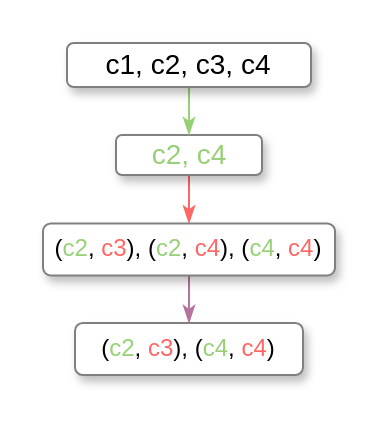
The draw.io diagram figure1c.drawio in zhoucz97/paper_figure, before the edit. Source tidied: cells renumbered, new cells numbered last; positions are measured from the earlier drawing's top-left corner, leaving out a move shared by most shapes. Both pictures are drawn from the tidied source at 200%, with x=0, y=0 at pixel (42, 42).
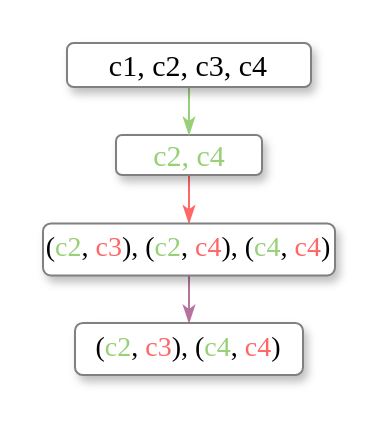
Above is the later version.

Diff of the diagram source:
```diff
@@
 <mxGraphModel>
   <root>
     <mxCell id="0" />
     <mxCell id="1" parent="0" />
     <mxCell id="2" style="edgeStyle=orthogonalEdgeStyle;rounded=0;jettySize=auto;html=1;entryX=0.5;entryY=0;entryDx=0;entryDy=0;strokeColor=#FF6666;endArrow=classicThin;endFill=1;" parent="1" edge="1" source="3" target="7">
       <mxGeometry relative="1" as="geometry" />
     </mxCell>
-    <mxCell id="3" value="&lt;font style=&quot;font-size: 14px&quot; color=&quot;#97d077&quot;&gt;c2, c4&lt;/font&gt;" style="rounded=1;whiteSpace=wrap;html=1;strokeWidth=1;sketch=0;glass=0;shadow=1;strokeColor=#808080;" parent="1" vertex="1">
+    <mxCell id="3" value="&lt;font style=&quot;font-size: 15px&quot; color=&quot;#97d077&quot; face=&quot;Times New Roman&quot;&gt;c2, c4&lt;/font&gt;" style="rounded=1;whiteSpace=wrap;html=1;strokeWidth=1;sketch=0;glass=0;shadow=1;strokeColor=#808080;" parent="1" vertex="1">
       <mxGeometry x="36.5" y="46" width="73" height="20" as="geometry" />
     </mxCell>
     <mxCell id="4" style="edgeStyle=orthogonalEdgeStyle;rounded=0;jettySize=auto;html=1;strokeColor=#97D077;endArrow=classicThin;endFill=1;" parent="1" edge="1" source="5" target="3">
       <mxGeometry relative="1" as="geometry" />
     </mxCell>
-    <mxCell id="5" value="&lt;font style=&quot;font-size: 14px&quot;&gt;c1, c2, c3, c4&lt;/font&gt;" style="rounded=1;whiteSpace=wrap;html=1;strokeWidth=1;perimeterSpacing=0;shadow=1;sketch=0;glass=0;strokeColor=#808080;" parent="1" vertex="1">
+    <mxCell id="5" value="&lt;font style=&quot;font-size: 15px&quot; face=&quot;Times New Roman&quot;&gt;c1, c2, c3, c4&lt;/font&gt;" style="rounded=1;whiteSpace=wrap;html=1;strokeWidth=1;perimeterSpacing=0;shadow=1;sketch=0;glass=0;strokeColor=#808080;" parent="1" vertex="1">
       <mxGeometry x="12" width="122" height="22" as="geometry" />
     </mxCell>
     <mxCell id="6" style="edgeStyle=orthogonalEdgeStyle;rounded=0;jettySize=auto;html=1;strokeColor=#B5739D;endArrow=classicThin;endFill=1;" parent="1" edge="1" source="7" target="8">
       <mxGeometry relative="1" as="geometry" />
     </mxCell>
-    <mxCell id="7" value="&lt;font style=&quot;font-size: 12px&quot;&gt;(&lt;font color=&quot;#97d077&quot;&gt;c2&lt;/font&gt;, &lt;font color=&quot;#ff6666&quot;&gt;c3&lt;/font&gt;), (&lt;font color=&quot;#97d077&quot;&gt;c2&lt;/font&gt;, &lt;font color=&quot;#ff6666&quot;&gt;c4&lt;/font&gt;), (&lt;font color=&quot;#97d077&quot;&gt;c4&lt;/font&gt;, &lt;font color=&quot;#ff6666&quot;&gt;c4&lt;/font&gt;)&lt;/font&gt;" style="rounded=1;whiteSpace=wrap;html=1;strokeWidth=1;sketch=0;shadow=1;strokeColor=#808080;" parent="1" vertex="1">
+    <mxCell id="7" value="&lt;font style=&quot;font-size: 14px&quot; face=&quot;Times New Roman&quot;&gt;(&lt;font color=&quot;#97d077&quot; style=&quot;font-size: 14px&quot;&gt;c2&lt;/font&gt;, &lt;font color=&quot;#ff6666&quot; style=&quot;font-size: 14px&quot;&gt;c3&lt;/font&gt;), (&lt;font color=&quot;#97d077&quot; style=&quot;font-size: 14px&quot;&gt;c2&lt;/font&gt;, &lt;font color=&quot;#ff6666&quot; style=&quot;font-size: 14px&quot;&gt;c4&lt;/font&gt;), (&lt;font color=&quot;#97d077&quot; style=&quot;font-size: 14px&quot;&gt;c4&lt;/font&gt;, &lt;font color=&quot;#ff6666&quot; style=&quot;font-size: 14px&quot;&gt;c4&lt;/font&gt;)&lt;/font&gt;" style="rounded=1;whiteSpace=wrap;html=1;strokeWidth=1;sketch=0;shadow=1;strokeColor=#808080;" parent="1" vertex="1">
       <mxGeometry y="90.2" width="146" height="26" as="geometry" />
     </mxCell>
-    <mxCell id="8" value="&lt;font style=&quot;font-size: 12px&quot;&gt;(&lt;font color=&quot;#97d077&quot;&gt;c2&lt;/font&gt;, &lt;font color=&quot;#ff6666&quot;&gt;c3&lt;/font&gt;), (&lt;font color=&quot;#97d077&quot;&gt;c4&lt;/font&gt;, &lt;font color=&quot;#ff6666&quot;&gt;c4&lt;/font&gt;)&lt;/font&gt;" style="rounded=1;whiteSpace=wrap;html=1;strokeWidth=1;sketch=0;shadow=1;strokeColor=#808080;" parent="1" vertex="1">
+    <mxCell id="8" value="&lt;font style=&quot;font-size: 14px&quot; face=&quot;Times New Roman&quot;&gt;(&lt;font color=&quot;#97d077&quot; style=&quot;font-size: 14px&quot;&gt;c2&lt;/font&gt;, &lt;font color=&quot;#ff6666&quot; style=&quot;font-size: 14px&quot;&gt;c3&lt;/font&gt;), (&lt;font color=&quot;#97d077&quot; style=&quot;font-size: 14px&quot;&gt;c4&lt;/font&gt;, &lt;font color=&quot;#ff6666&quot; style=&quot;font-size: 14px&quot;&gt;c4&lt;/font&gt;)&lt;/font&gt;" style="rounded=1;whiteSpace=wrap;html=1;strokeWidth=1;sketch=0;shadow=1;strokeColor=#808080;" parent="1" vertex="1">
       <mxGeometry x="16" y="140" width="114" height="26" as="geometry" />
     </mxCell>
   </root>
 </mxGraphModel>
```
